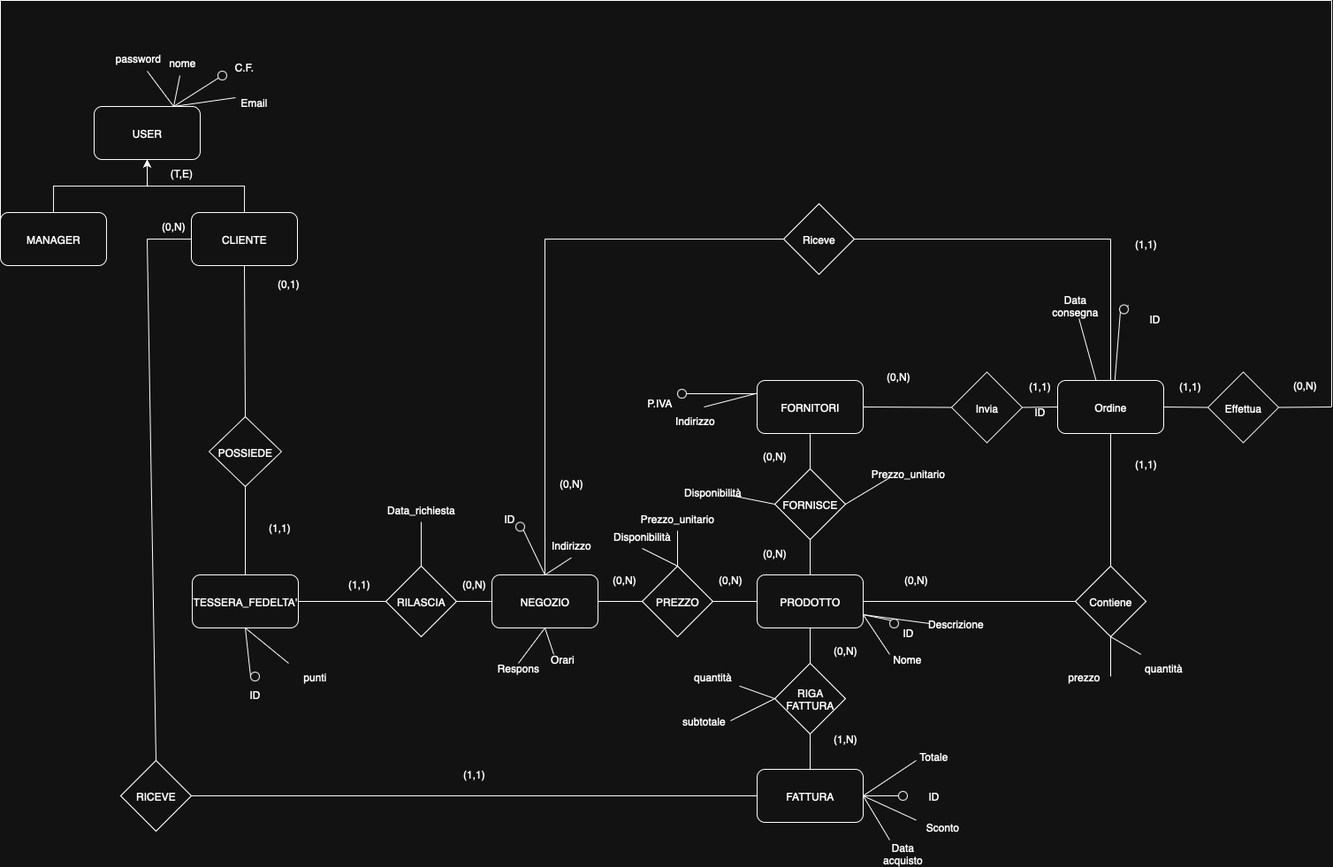
Giann8/Progetto_DB_UNI keeps this draw.io diagram as docs/schema_ER/Diagramma_ER_NR.drawio.png. Above is the earlier version. Source tidied: cells renumbered, new cells last; positions are measured from the earlier drawing's top-left corner, leaving out a move shared by most shapes.
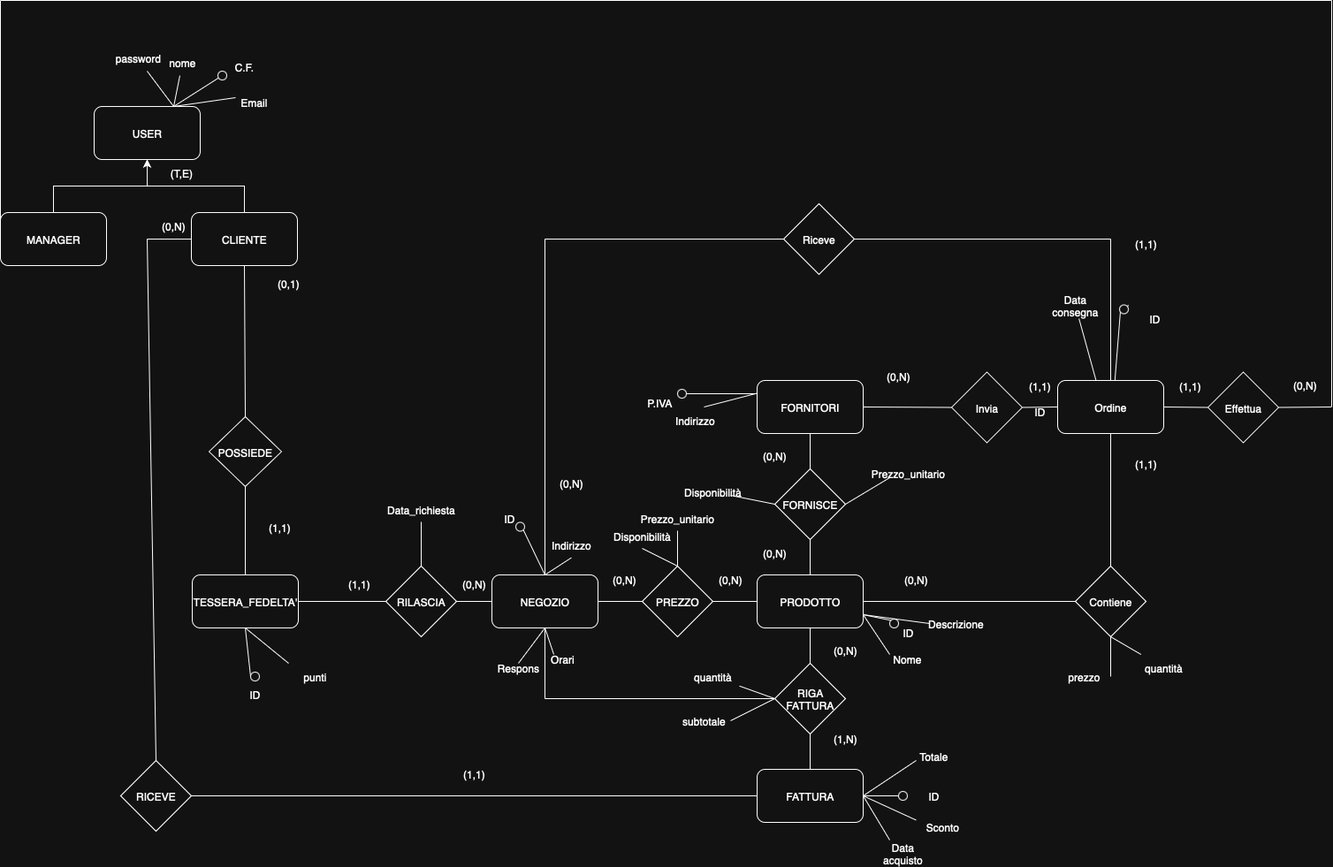
The same file after the commit.

The edit, as a diff of the source:
```diff
@@ -469,5 +469,15 @@
         <mxPoint x="1506" as="targetPoint" />
       </mxGeometry>
     </mxCell>
+    <mxCell id="139" style="endArrow=none;html=1;rounded=0;fontSize=12;startSize=8;endSize=8;curved=1;exitX=0.5;exitY=1;exitDx=0;exitDy=0;" parent="1" edge="1" source="25">
+      <mxGeometry relative="1" as="geometry">
+        <mxPoint x="616" y="790" as="targetPoint" />
+      </mxGeometry>
+    </mxCell>
+    <mxCell id="140" style="endArrow=none;html=1;rounded=0;fontSize=12;startSize=8;endSize=8;curved=1;exitX=0;exitY=0.5;exitDx=0;exitDy=0;" parent="1" edge="1" source="42">
+      <mxGeometry relative="1" as="geometry">
+        <mxPoint x="616" y="790" as="targetPoint" />
+      </mxGeometry>
+    </mxCell>
   </root>
 </mxGraphModel>
```
